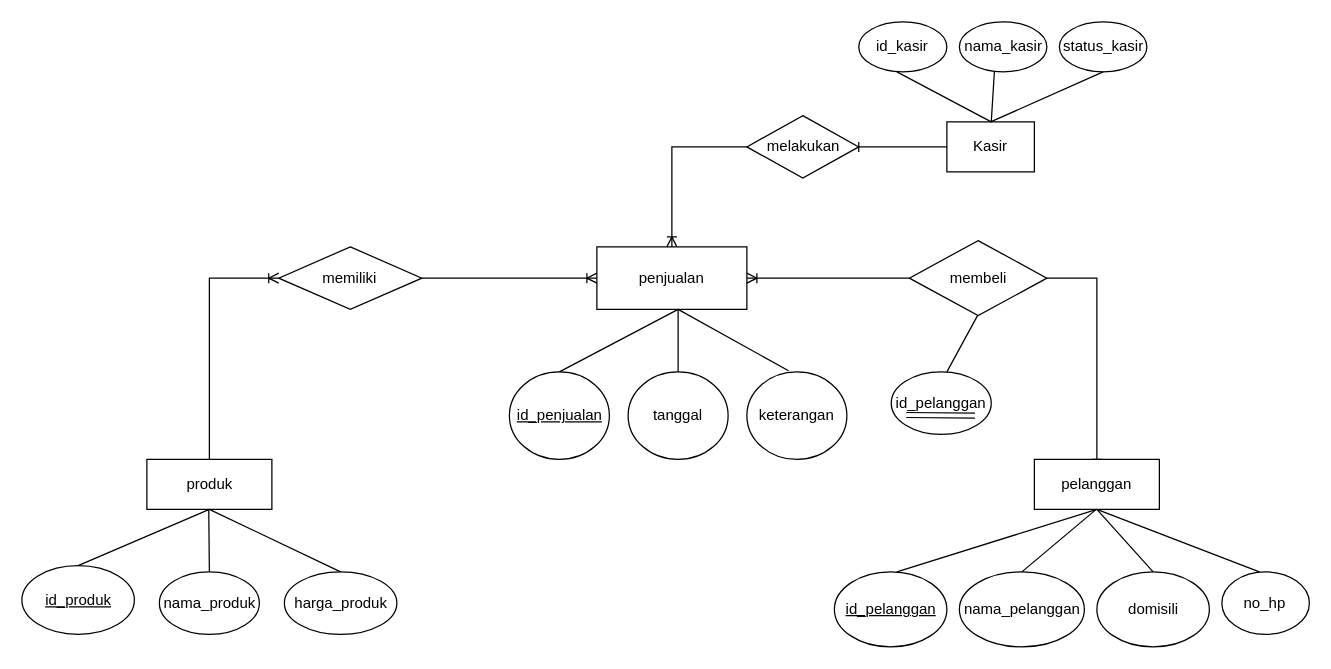
This is Tugas 3.drawio from Azizahfatmas/Basis-Data-, a draw.io file, before an edit. Source tidied: cells renumbered, new cells numbered last; positions are measured from the earlier drawing's top-left corner, leaving out a move shared by most shapes. Both pictures are drawn from the tidied source at 125%, with x=0, y=0 at pixel (21, 21).
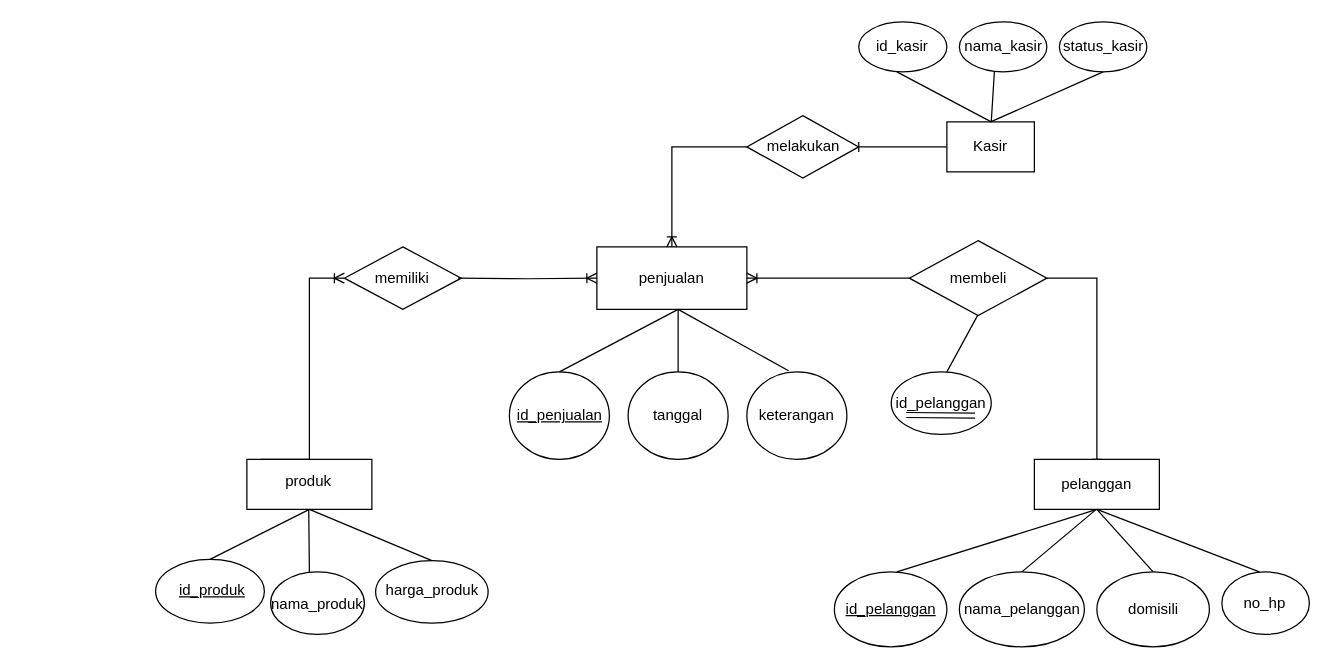
After the change.

Unchanged cells that the change refers to:
```xml
<mxCell id="2" style="rounded=0;whiteSpace=wrap;html=1;fontFamily=Helvetica;fontSize=12;fontColor=default;strokeColor=default;fillColor=none;" parent="1" vertex="1">
  <mxGeometry x="460" y="180" width="120" height="50" as="geometry" />
</mxCell>
```

The edit, as a diff of the source:
```diff
@@
     <mxCell id="27" style="edgeStyle=orthogonalEdgeStyle;rounded=0;jettySize=auto;html=1;exitX=0.5;exitY=0;exitDx=0;exitDy=0;entryX=0;entryY=0.5;entryDx=0;entryDy=0;fontFamily=Helvetica;fontSize=12;fontColor=default;endArrow=ERoneToMany;endFill=0;" parent="1" edge="1" source="28" target="48">
-      <mxGeometry relative="1" as="geometry" />
+      <mxGeometry relative="1" as="geometry">
+        <Array as="points">
+          <mxPoint x="191" y="350" />
+          <mxPoint x="230" y="350" />
+          <mxPoint x="230" y="205" />
+        </Array>
+      </mxGeometry>
     </mxCell>
     <mxCell id="28" style="rounded=0;whiteSpace=wrap;html=1;fontFamily=Helvetica;fontSize=12;fontColor=default;strokeColor=default;fillColor=none;" parent="1" vertex="1">
-      <mxGeometry x="100" y="350" width="100" height="40" as="geometry" />
+      <mxGeometry x="180" y="350" width="100" height="40" as="geometry" />
     </mxCell>
     <mxCell id="29" value="produk" style="text;html=1;strokeColor=none;fillColor=none;align=center;verticalAlign=middle;whiteSpace=wrap;rounded=0;fontFamily=Helvetica;fontSize=12;fontColor=default;" parent="1" vertex="1">
-      <mxGeometry x="114.5" y="355" width="71" height="30" as="geometry" />
+      <mxGeometry x="194" y="353" width="71" height="30" as="geometry" />
     </mxCell>
-    <mxCell id="30" style="endArrow=none;html=1;rounded=0;fontFamily=Helvetica;fontSize=12;fontColor=default;exitX=0.5;exitY=0;exitDx=0;exitDy=0;" parent="1" edge="1" source="32">
-      <mxGeometry relative="1" as="geometry">
-        <mxPoint x="150" y="390" as="targetPoint" />
-      </mxGeometry>
+    <mxCell id="30" style="endArrow=none;html=1;rounded=0;fontFamily=Helvetica;fontSize=12;fontColor=default;exitX=0.5;exitY=0;exitDx=0;exitDy=0;entryX=0.5;entryY=1;entryDx=0;entryDy=0;" parent="1" edge="1" source="32" target="28">
+      <mxGeometry relative="1" as="geometry" />
     </mxCell>
-    <mxCell id="31" style="endArrow=none;html=1;rounded=0;fontFamily=Helvetica;fontSize=12;fontColor=default;exitX=0.5;exitY=0;exitDx=0;exitDy=0;" parent="1" edge="1" source="37">
-      <mxGeometry relative="1" as="geometry">
-        <mxPoint x="150" y="390" as="targetPoint" />
-      </mxGeometry>
-    </mxCell>
     <mxCell id="32" style="ellipse;whiteSpace=wrap;html=1;fontFamily=Helvetica;fontSize=12;fontColor=default;strokeColor=default;fillColor=none;" parent="1" vertex="1">
-      <mxGeometry y="435" width="90" height="55" as="geometry" />
+      <mxGeometry x="107" y="430" width="87" height="51" as="geometry" />
     </mxCell>
     <mxCell id="33" style="endArrow=none;html=1;rounded=0;fontFamily=Helvetica;fontSize=12;fontColor=default;" parent="1" edge="1">
       <mxGeometry relative="1" as="geometry">
-        <mxPoint x="150" y="440" as="sourcePoint" />
-        <mxPoint x="149.5" y="390" as="targetPoint" />
+        <mxPoint x="230" y="440" as="sourcePoint" />
+        <mxPoint x="229.5" y="390" as="targetPoint" />
       </mxGeometry>
     </mxCell>
     <mxCell id="34" value="&lt;u&gt;id_produk&lt;/u&gt;" style="text;html=1;strokeColor=none;fillColor=none;align=center;verticalAlign=middle;whiteSpace=wrap;rounded=0;fontFamily=Helvetica;fontSize=12;fontColor=default;" parent="1" vertex="1">
-      <mxGeometry x="9.5" y="447.5" width="71" height="30" as="geometry" />
+      <mxGeometry x="116.5" y="440" width="71" height="30" as="geometry" />
     </mxCell>
     <mxCell id="35" style="ellipse;whiteSpace=wrap;html=1;fontFamily=Helvetica;fontSize=12;fontColor=default;strokeColor=default;fillColor=none;" parent="1" vertex="1">
-      <mxGeometry x="110" y="440" width="80" height="50" as="geometry" />
+      <mxGeometry x="199" y="440" width="75" height="50" as="geometry" />
     </mxCell>
     <mxCell id="36" value="nama_produk" style="text;html=1;strokeColor=none;fillColor=none;align=center;verticalAlign=middle;whiteSpace=wrap;rounded=0;fontFamily=Helvetica;fontSize=12;fontColor=default;" parent="1" vertex="1">
-      <mxGeometry x="114.5" y="450" width="71" height="30" as="geometry" />
+      <mxGeometry x="201" y="451" width="71" height="30" as="geometry" />
     </mxCell>
     <mxCell id="37" style="ellipse;whiteSpace=wrap;html=1;fontFamily=Helvetica;fontSize=12;fontColor=default;strokeColor=default;fillColor=none;" parent="1" vertex="1">
-      <mxGeometry x="210" y="440" width="90" height="50" as="geometry" />
+      <mxGeometry x="283" y="431" width="90" height="50" as="geometry" />
     </mxCell>
     <mxCell id="38" value="harga_produk" style="text;html=1;strokeColor=none;fillColor=none;align=center;verticalAlign=middle;whiteSpace=wrap;rounded=0;fontFamily=Helvetica;fontSize=12;fontColor=default;" parent="1" vertex="1">
-      <mxGeometry x="219.5" y="450" width="71" height="30" as="geometry" />
+      <mxGeometry x="292.5" y="440" width="71" height="30" as="geometry" />
     </mxCell>
@@
-    <mxCell id="47" style="edgeStyle=orthogonalEdgeStyle;rounded=0;jettySize=auto;html=1;exitX=1;exitY=0.5;exitDx=0;exitDy=0;entryX=0;entryY=0.5;entryDx=0;entryDy=0;fontFamily=Helvetica;fontSize=12;fontColor=default;endArrow=ERoneToMany;endFill=0;" parent="1" edge="1" source="48" target="2">
-      <mxGeometry relative="1" as="geometry" />
+    <mxCell id="47" style="edgeStyle=orthogonalEdgeStyle;rounded=0;jettySize=auto;html=1;entryX=0;entryY=0.5;entryDx=0;entryDy=0;fontFamily=Helvetica;fontSize=12;fontColor=default;endArrow=ERoneToMany;endFill=0;" parent="1" edge="1" target="2">
+      <mxGeometry relative="1" as="geometry">
+        <mxPoint x="349" y="205" as="sourcePoint" />
+      </mxGeometry>
     </mxCell>
     <mxCell id="48" style="rhombus;whiteSpace=wrap;html=1;fontFamily=Helvetica;fontSize=12;fontColor=default;strokeColor=default;fillColor=none;" parent="1" vertex="1">
-      <mxGeometry x="205.5" y="180" width="114.5" height="50" as="geometry" />
+      <mxGeometry x="258" y="180" width="93.5" height="50" as="geometry" />
     </mxCell>
     <mxCell id="49" value="memiliki" style="text;html=1;strokeColor=none;fillColor=none;align=center;verticalAlign=middle;whiteSpace=wrap;rounded=0;fontFamily=Helvetica;fontSize=12;fontColor=default;" parent="1" vertex="1">
-      <mxGeometry x="227.2" y="190" width="71" height="30" as="geometry" />
+      <mxGeometry x="269.2" y="190" width="71" height="30" as="geometry" />
     </mxCell>
@@
+    <mxCell id="64" style="endArrow=none;html=1;rounded=0;fontFamily=Helvetica;fontSize=12;fontColor=default;entryX=0.5;entryY=1;entryDx=0;entryDy=0;exitX=0.5;exitY=0;exitDx=0;exitDy=0;" parent="1" edge="1" source="37" target="28">
+      <mxGeometry relative="1" as="geometry" />
+    </mxCell>
```
